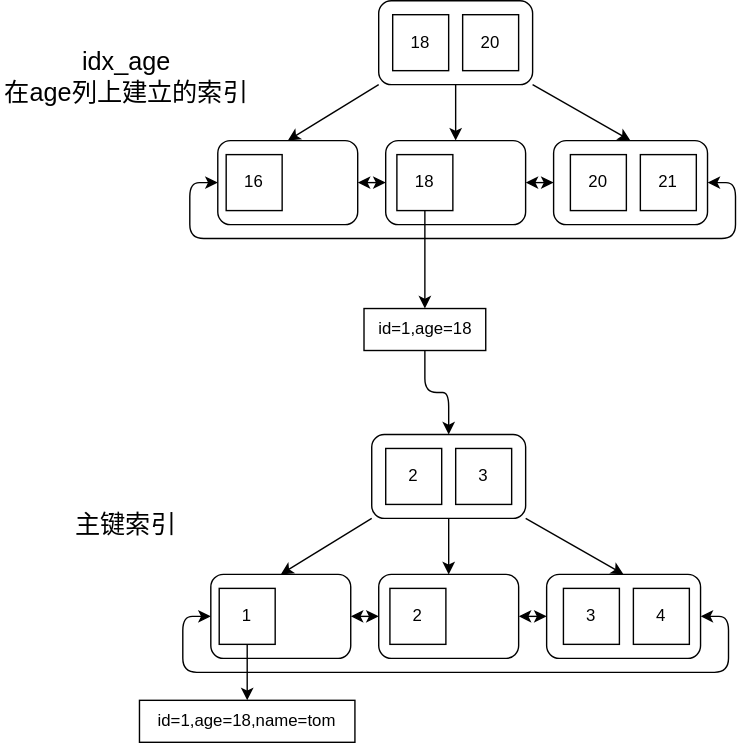
Above: docs/interview/images/mysql-back-table/back-table.drawio.svg in whlit/whlit.github.io (draw.io), before the change. Source tidied: cells renumbered, new cells last; positions are measured from the earlier drawing's top-left corner, leaving out a move shared by most shapes. Source of this version:
```xml
<mxGraphModel>
  <root>
    <mxCell id="0" />
    <mxCell id="1" parent="0" />
    <mxCell id="2" style="edgeStyle=none;html=1;entryX=0.5;entryY=0;entryDx=0;entryDy=0;" parent="1" edge="1" source="3" target="11">
      <mxGeometry relative="1" as="geometry" />
    </mxCell>
    <mxCell id="3" style="rounded=1;whiteSpace=wrap;html=1;" parent="1" vertex="1">
      <mxGeometry x="265" y="310" width="110" height="60" as="geometry" />
    </mxCell>
    <mxCell id="4" value="2" style="rounded=0;whiteSpace=wrap;html=1;" parent="1" vertex="1">
      <mxGeometry x="275" y="320" width="40" height="40" as="geometry" />
    </mxCell>
    <mxCell id="5" value="3" style="rounded=0;whiteSpace=wrap;html=1;" parent="1" vertex="1">
      <mxGeometry x="325" y="320" width="40" height="40" as="geometry" />
    </mxCell>
    <mxCell id="6" style="edgeStyle=orthogonalEdgeStyle;html=1;entryX=0;entryY=0.5;entryDx=0;entryDy=0;startArrow=classic;startFill=1;" parent="1" edge="1" source="7" target="14">
      <mxGeometry relative="1" as="geometry">
        <Array as="points">
          <mxPoint x="520" y="440" />
          <mxPoint x="520" y="480" />
          <mxPoint x="130" y="480" />
          <mxPoint x="130" y="440" />
        </Array>
      </mxGeometry>
    </mxCell>
    <mxCell id="7" style="rounded=1;whiteSpace=wrap;html=1;" parent="1" vertex="1">
      <mxGeometry x="390" y="410" width="110" height="60" as="geometry" />
    </mxCell>
    <mxCell id="8" value="3" style="rounded=0;whiteSpace=wrap;html=1;" parent="1" vertex="1">
      <mxGeometry x="402" y="420" width="40" height="40" as="geometry" />
    </mxCell>
    <mxCell id="9" value="4" style="rounded=0;whiteSpace=wrap;html=1;" parent="1" vertex="1">
      <mxGeometry x="452" y="420" width="40" height="40" as="geometry" />
    </mxCell>
    <mxCell id="10" style="edgeStyle=none;html=1;entryX=0;entryY=0.5;entryDx=0;entryDy=0;startArrow=classic;startFill=1;" parent="1" edge="1" source="11" target="7">
      <mxGeometry relative="1" as="geometry" />
    </mxCell>
    <mxCell id="11" style="rounded=1;whiteSpace=wrap;html=1;" parent="1" vertex="1">
      <mxGeometry x="270" y="410" width="100" height="60" as="geometry" />
    </mxCell>
    <mxCell id="12" value="2" style="rounded=0;whiteSpace=wrap;html=1;" parent="1" vertex="1">
      <mxGeometry x="278" y="420" width="40" height="40" as="geometry" />
    </mxCell>
    <mxCell id="13" style="edgeStyle=none;html=1;entryX=0;entryY=0.5;entryDx=0;entryDy=0;startArrow=classic;startFill=1;" parent="1" edge="1" source="14" target="11">
      <mxGeometry relative="1" as="geometry" />
    </mxCell>
    <mxCell id="14" style="rounded=1;whiteSpace=wrap;html=1;" parent="1" vertex="1">
      <mxGeometry x="150" y="410" width="100" height="60" as="geometry" />
    </mxCell>
    <mxCell id="15" style="edgeStyle=orthogonalEdgeStyle;html=1;fontSize=18;startArrow=none;startFill=0;" parent="1" edge="1" source="16" target="40">
      <mxGeometry relative="1" as="geometry" />
    </mxCell>
    <mxCell id="16" value="1" style="rounded=0;whiteSpace=wrap;html=1;" parent="1" vertex="1">
      <mxGeometry x="156" y="420" width="40" height="40" as="geometry" />
    </mxCell>
    <mxCell id="17" style="endArrow=classic;html=1;exitX=0;exitY=1;exitDx=0;exitDy=0;entryX=0.5;entryY=0;entryDx=0;entryDy=0;" parent="1" edge="1" source="3" target="14">
      <mxGeometry relative="1" as="geometry" />
    </mxCell>
    <mxCell id="18" style="endArrow=classic;html=1;exitX=1;exitY=1;exitDx=0;exitDy=0;entryX=0.5;entryY=0;entryDx=0;entryDy=0;" parent="1" edge="1" source="3" target="7">
      <mxGeometry relative="1" as="geometry" />
    </mxCell>
    <mxCell id="19" style="edgeStyle=none;html=1;entryX=0.5;entryY=0;entryDx=0;entryDy=0;" parent="1" edge="1" source="20" target="28">
      <mxGeometry relative="1" as="geometry" />
    </mxCell>
    <mxCell id="20" style="rounded=1;whiteSpace=wrap;html=1;" parent="1" vertex="1">
      <mxGeometry x="270" width="110" height="60" as="geometry" />
    </mxCell>
    <mxCell id="21" value="18" style="rounded=0;whiteSpace=wrap;html=1;" parent="1" vertex="1">
      <mxGeometry x="280" y="10" width="40" height="40" as="geometry" />
    </mxCell>
    <mxCell id="22" value="20" style="rounded=0;whiteSpace=wrap;html=1;" parent="1" vertex="1">
      <mxGeometry x="330" y="10" width="40" height="40" as="geometry" />
    </mxCell>
    <mxCell id="23" style="edgeStyle=orthogonalEdgeStyle;html=1;entryX=0;entryY=0.5;entryDx=0;entryDy=0;startArrow=classic;startFill=1;" parent="1" edge="1" source="24" target="32">
      <mxGeometry relative="1" as="geometry">
        <Array as="points">
          <mxPoint x="525" y="130" />
          <mxPoint x="525" y="170" />
          <mxPoint x="135" y="170" />
          <mxPoint x="135" y="130" />
        </Array>
      </mxGeometry>
    </mxCell>
    <mxCell id="24" style="rounded=1;whiteSpace=wrap;html=1;" parent="1" vertex="1">
      <mxGeometry x="395" y="100" width="110" height="60" as="geometry" />
    </mxCell>
    <mxCell id="25" value="20" style="rounded=0;whiteSpace=wrap;html=1;" parent="1" vertex="1">
      <mxGeometry x="407" y="110" width="40" height="40" as="geometry" />
    </mxCell>
    <mxCell id="26" value="21" style="rounded=0;whiteSpace=wrap;html=1;" parent="1" vertex="1">
      <mxGeometry x="457" y="110" width="40" height="40" as="geometry" />
    </mxCell>
    <mxCell id="27" style="edgeStyle=none;html=1;entryX=0;entryY=0.5;entryDx=0;entryDy=0;startArrow=classic;startFill=1;" parent="1" edge="1" source="28" target="24">
      <mxGeometry relative="1" as="geometry" />
    </mxCell>
    <mxCell id="28" style="rounded=1;whiteSpace=wrap;html=1;" parent="1" vertex="1">
      <mxGeometry x="275" y="100" width="100" height="60" as="geometry" />
    </mxCell>
    <mxCell id="29" style="edgeStyle=orthogonalEdgeStyle;html=1;startArrow=none;startFill=0;" parent="1" edge="1" source="30" target="37">
      <mxGeometry relative="1" as="geometry" />
    </mxCell>
    <mxCell id="30" value="18" style="rounded=0;whiteSpace=wrap;html=1;" parent="1" vertex="1">
      <mxGeometry x="283" y="110" width="40" height="40" as="geometry" />
    </mxCell>
    <mxCell id="31" style="edgeStyle=none;html=1;entryX=0;entryY=0.5;entryDx=0;entryDy=0;startArrow=classic;startFill=1;" parent="1" edge="1" source="32" target="28">
      <mxGeometry relative="1" as="geometry" />
    </mxCell>
    <mxCell id="32" style="rounded=1;whiteSpace=wrap;html=1;" parent="1" vertex="1">
      <mxGeometry x="155" y="100" width="100" height="60" as="geometry" />
    </mxCell>
    <mxCell id="33" value="16" style="rounded=0;whiteSpace=wrap;html=1;" parent="1" vertex="1">
      <mxGeometry x="161" y="110" width="40" height="40" as="geometry" />
    </mxCell>
    <mxCell id="34" style="endArrow=classic;html=1;exitX=0;exitY=1;exitDx=0;exitDy=0;entryX=0.5;entryY=0;entryDx=0;entryDy=0;" parent="1" edge="1" source="20" target="32">
      <mxGeometry relative="1" as="geometry" />
    </mxCell>
    <mxCell id="35" style="endArrow=classic;html=1;exitX=1;exitY=1;exitDx=0;exitDy=0;entryX=0.5;entryY=0;entryDx=0;entryDy=0;" parent="1" edge="1" source="20" target="24">
      <mxGeometry relative="1" as="geometry" />
    </mxCell>
    <mxCell id="36" style="edgeStyle=orthogonalEdgeStyle;html=1;entryX=0.5;entryY=0;entryDx=0;entryDy=0;startArrow=none;startFill=0;" parent="1" edge="1" source="37" target="3">
      <mxGeometry relative="1" as="geometry" />
    </mxCell>
    <mxCell id="37" value="id=1,age=18" style="whiteSpace=wrap;html=1;rounded=0;" parent="1" vertex="1">
      <mxGeometry x="259.5" y="220" width="87" height="30" as="geometry" />
    </mxCell>
    <mxCell id="38" value="idx_age&lt;br style=&quot;font-size: 18px;&quot;&gt;在age列上建立的索引" style="text;html=1;strokeColor=none;fillColor=none;align=center;verticalAlign=middle;whiteSpace=wrap;rounded=0;fontSize=18;" parent="1" vertex="1">
      <mxGeometry y="40" width="180" height="30" as="geometry" />
    </mxCell>
    <mxCell id="39" value="主键索引" style="text;html=1;strokeColor=none;fillColor=none;align=center;verticalAlign=middle;whiteSpace=wrap;rounded=0;fontSize=18;" parent="1" vertex="1">
      <mxGeometry x="52.5" y="360" width="75" height="30" as="geometry" />
    </mxCell>
    <mxCell id="40" value="id=1,age=18,name=tom" style="whiteSpace=wrap;html=1;rounded=0;" parent="1" vertex="1">
      <mxGeometry x="99" y="500" width="154" height="30" as="geometry" />
    </mxCell>
  </root>
</mxGraphModel>
```
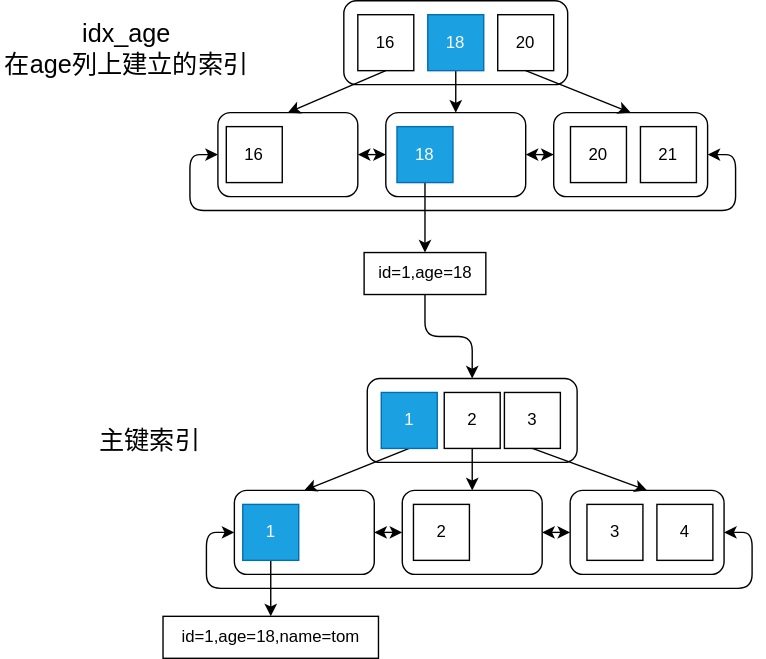
After the commit.

Change to the diagram source:
```diff
@@ -2,75 +2,75 @@
   <root>
     <mxCell id="0" />
     <mxCell id="1" parent="0" />
+    <mxCell id="3" style="rounded=1;whiteSpace=wrap;html=1;" parent="1" vertex="1">
+      <mxGeometry x="261.8" y="290" width="150" height="60" as="geometry" />
+    </mxCell>
-    <mxCell id="2" style="edgeStyle=none;html=1;entryX=0.5;entryY=0;entryDx=0;entryDy=0;" parent="1" edge="1" source="3" target="11">
+    <mxCell id="2" style="edgeStyle=none;html=1;entryX=0.5;entryY=0;entryDx=0;entryDy=0;exitX=0.5;exitY=1;exitDx=0;exitDy=0;" parent="1" edge="1" source="4" target="11">
       <mxGeometry relative="1" as="geometry" />
     </mxCell>
-    <mxCell id="3" style="rounded=1;whiteSpace=wrap;html=1;" parent="1" vertex="1">
-      <mxGeometry x="265" y="310" width="110" height="60" as="geometry" />
-    </mxCell>
     <mxCell id="4" value="2" style="rounded=0;whiteSpace=wrap;html=1;" parent="1" vertex="1">
-      <mxGeometry x="275" y="320" width="40" height="40" as="geometry" />
+      <mxGeometry x="316.8" y="300" width="40" height="40" as="geometry" />
     </mxCell>
     <mxCell id="5" value="3" style="rounded=0;whiteSpace=wrap;html=1;" parent="1" vertex="1">
-      <mxGeometry x="325" y="320" width="40" height="40" as="geometry" />
+      <mxGeometry x="359.8" y="300" width="40" height="40" as="geometry" />
     </mxCell>
     <mxCell id="6" style="edgeStyle=orthogonalEdgeStyle;html=1;entryX=0;entryY=0.5;entryDx=0;entryDy=0;startArrow=classic;startFill=1;" parent="1" edge="1" source="7" target="14">
       <mxGeometry relative="1" as="geometry">
         <Array as="points">
-          <mxPoint x="520" y="440" />
-          <mxPoint x="520" y="480" />
-          <mxPoint x="130" y="480" />
-          <mxPoint x="130" y="440" />
+          <mxPoint x="536.8" y="400" />
+          <mxPoint x="536.8" y="440" />
+          <mxPoint x="146.8" y="440" />
+          <mxPoint x="146.8" y="400" />
         </Array>
       </mxGeometry>
     </mxCell>
     <mxCell id="7" style="rounded=1;whiteSpace=wrap;html=1;" parent="1" vertex="1">
-      <mxGeometry x="390" y="410" width="110" height="60" as="geometry" />
+      <mxGeometry x="406.8" y="370" width="110" height="60" as="geometry" />
     </mxCell>
     <mxCell id="8" value="3" style="rounded=0;whiteSpace=wrap;html=1;" parent="1" vertex="1">
-      <mxGeometry x="402" y="420" width="40" height="40" as="geometry" />
+      <mxGeometry x="418.8" y="380" width="40" height="40" as="geometry" />
     </mxCell>
     <mxCell id="9" value="4" style="rounded=0;whiteSpace=wrap;html=1;" parent="1" vertex="1">
-      <mxGeometry x="452" y="420" width="40" height="40" as="geometry" />
+      <mxGeometry x="468.8" y="380" width="40" height="40" as="geometry" />
     </mxCell>
     <mxCell id="10" style="edgeStyle=none;html=1;entryX=0;entryY=0.5;entryDx=0;entryDy=0;startArrow=classic;startFill=1;" parent="1" edge="1" source="11" target="7">
       <mxGeometry relative="1" as="geometry" />
     </mxCell>
     <mxCell id="11" style="rounded=1;whiteSpace=wrap;html=1;" parent="1" vertex="1">
-      <mxGeometry x="270" y="410" width="100" height="60" as="geometry" />
+      <mxGeometry x="286.8" y="370" width="100" height="60" as="geometry" />
     </mxCell>
     <mxCell id="12" value="2" style="rounded=0;whiteSpace=wrap;html=1;" parent="1" vertex="1">
-      <mxGeometry x="278" y="420" width="40" height="40" as="geometry" />
+      <mxGeometry x="294.8" y="380" width="40" height="40" as="geometry" />
     </mxCell>
     <mxCell id="13" style="edgeStyle=none;html=1;entryX=0;entryY=0.5;entryDx=0;entryDy=0;startArrow=classic;startFill=1;" parent="1" edge="1" source="14" target="11">
       <mxGeometry relative="1" as="geometry" />
     </mxCell>
     <mxCell id="14" style="rounded=1;whiteSpace=wrap;html=1;" parent="1" vertex="1">
-      <mxGeometry x="150" y="410" width="100" height="60" as="geometry" />
+      <mxGeometry x="166.8" y="370" width="100" height="60" as="geometry" />
     </mxCell>
     <mxCell id="15" style="edgeStyle=orthogonalEdgeStyle;html=1;fontSize=18;startArrow=none;startFill=0;" parent="1" edge="1" source="16" target="40">
       <mxGeometry relative="1" as="geometry" />
     </mxCell>
-    <mxCell id="16" value="1" style="rounded=0;whiteSpace=wrap;html=1;" parent="1" vertex="1">
-      <mxGeometry x="156" y="420" width="40" height="40" as="geometry" />
+    <mxCell id="16" value="1" style="rounded=0;whiteSpace=wrap;html=1;fillColor=#1ba1e2;fontColor=#ffffff;strokeColor=#006EAF;" parent="1" vertex="1">
+      <mxGeometry x="172.8" y="380" width="40" height="40" as="geometry" />
     </mxCell>
-    <mxCell id="17" style="endArrow=classic;html=1;exitX=0;exitY=1;exitDx=0;exitDy=0;entryX=0.5;entryY=0;entryDx=0;entryDy=0;" parent="1" edge="1" source="3" target="14">
+    <mxCell id="17" style="endArrow=classic;html=1;exitX=0.5;exitY=1;exitDx=0;exitDy=0;entryX=0.5;entryY=0;entryDx=0;entryDy=0;" parent="1" edge="1" source="42" target="14">
       <mxGeometry relative="1" as="geometry" />
     </mxCell>
-    <mxCell id="18" style="endArrow=classic;html=1;exitX=1;exitY=1;exitDx=0;exitDy=0;entryX=0.5;entryY=0;entryDx=0;entryDy=0;" parent="1" edge="1" source="3" target="7">
+    <mxCell id="18" style="endArrow=classic;html=1;exitX=0.5;exitY=1;exitDx=0;exitDy=0;entryX=0.5;entryY=0;entryDx=0;entryDy=0;" parent="1" edge="1" source="5" target="7">
       <mxGeometry relative="1" as="geometry" />
     </mxCell>
+    <mxCell id="20" style="rounded=1;whiteSpace=wrap;html=1;" parent="1" vertex="1">
+      <mxGeometry x="245" y="20" width="160" height="60" as="geometry" />
+    </mxCell>
-    <mxCell id="19" style="edgeStyle=none;html=1;entryX=0.5;entryY=0;entryDx=0;entryDy=0;" parent="1" edge="1" source="20" target="28">
+    <mxCell id="19" style="edgeStyle=none;html=1;entryX=0.5;entryY=0;entryDx=0;entryDy=0;exitX=0.5;exitY=1;exitDx=0;exitDy=0;" parent="1" edge="1" source="21" target="28">
       <mxGeometry relative="1" as="geometry" />
     </mxCell>
-    <mxCell id="20" style="rounded=1;whiteSpace=wrap;html=1;" parent="1" vertex="1">
-      <mxGeometry x="270" width="110" height="60" as="geometry" />
-    </mxCell>
-    <mxCell id="21" value="18" style="rounded=0;whiteSpace=wrap;html=1;" parent="1" vertex="1">
-      <mxGeometry x="280" y="10" width="40" height="40" as="geometry" />
+    <mxCell id="21" value="18" style="rounded=0;whiteSpace=wrap;html=1;fillColor=#1ba1e2;fontColor=#ffffff;strokeColor=#006EAF;" parent="1" vertex="1">
+      <mxGeometry x="305" y="30" width="40" height="40" as="geometry" />
     </mxCell>
     <mxCell id="22" value="20" style="rounded=0;whiteSpace=wrap;html=1;" parent="1" vertex="1">
-      <mxGeometry x="330" y="10" width="40" height="40" as="geometry" />
+      <mxGeometry x="355" y="30" width="40" height="40" as="geometry" />
     </mxCell>
     <mxCell id="23" style="edgeStyle=orthogonalEdgeStyle;html=1;entryX=0;entryY=0.5;entryDx=0;entryDy=0;startArrow=classic;startFill=1;" parent="1" edge="1" source="24" target="32">
       <mxGeometry relative="1" as="geometry">
@@ -100,7 +100,7 @@
     <mxCell id="29" style="edgeStyle=orthogonalEdgeStyle;html=1;startArrow=none;startFill=0;" parent="1" edge="1" source="30" target="37">
       <mxGeometry relative="1" as="geometry" />
     </mxCell>
-    <mxCell id="30" value="18" style="rounded=0;whiteSpace=wrap;html=1;" parent="1" vertex="1">
+    <mxCell id="30" value="18" style="rounded=0;whiteSpace=wrap;html=1;fillColor=#1ba1e2;fontColor=#ffffff;strokeColor=#006EAF;" parent="1" vertex="1">
       <mxGeometry x="283" y="110" width="40" height="40" as="geometry" />
     </mxCell>
     <mxCell id="31" style="edgeStyle=none;html=1;entryX=0;entryY=0.5;entryDx=0;entryDy=0;startArrow=classic;startFill=1;" parent="1" edge="1" source="32" target="28">
@@ -112,26 +112,32 @@
     <mxCell id="33" value="16" style="rounded=0;whiteSpace=wrap;html=1;" parent="1" vertex="1">
       <mxGeometry x="161" y="110" width="40" height="40" as="geometry" />
     </mxCell>
-    <mxCell id="34" style="endArrow=classic;html=1;exitX=0;exitY=1;exitDx=0;exitDy=0;entryX=0.5;entryY=0;entryDx=0;entryDy=0;" parent="1" edge="1" source="20" target="32">
+    <mxCell id="34" style="endArrow=classic;html=1;exitX=0.5;exitY=1;exitDx=0;exitDy=0;entryX=0.5;entryY=0;entryDx=0;entryDy=0;" parent="1" edge="1" source="41" target="32">
       <mxGeometry relative="1" as="geometry" />
     </mxCell>
-    <mxCell id="35" style="endArrow=classic;html=1;exitX=1;exitY=1;exitDx=0;exitDy=0;entryX=0.5;entryY=0;entryDx=0;entryDy=0;" parent="1" edge="1" source="20" target="24">
+    <mxCell id="35" style="endArrow=classic;html=1;exitX=0.5;exitY=1;exitDx=0;exitDy=0;entryX=0.5;entryY=0;entryDx=0;entryDy=0;" parent="1" edge="1" source="22" target="24">
       <mxGeometry relative="1" as="geometry" />
     </mxCell>
     <mxCell id="36" style="edgeStyle=orthogonalEdgeStyle;html=1;entryX=0.5;entryY=0;entryDx=0;entryDy=0;startArrow=none;startFill=0;" parent="1" edge="1" source="37" target="3">
       <mxGeometry relative="1" as="geometry" />
     </mxCell>
     <mxCell id="37" value="id=1,age=18" style="whiteSpace=wrap;html=1;rounded=0;" parent="1" vertex="1">
-      <mxGeometry x="259.5" y="220" width="87" height="30" as="geometry" />
+      <mxGeometry x="259.5" y="200" width="87" height="30" as="geometry" />
     </mxCell>
     <mxCell id="38" value="idx_age&lt;br style=&quot;font-size: 18px;&quot;&gt;在age列上建立的索引" style="text;html=1;strokeColor=none;fillColor=none;align=center;verticalAlign=middle;whiteSpace=wrap;rounded=0;fontSize=18;" parent="1" vertex="1">
       <mxGeometry y="40" width="180" height="30" as="geometry" />
     </mxCell>
     <mxCell id="39" value="主键索引" style="text;html=1;strokeColor=none;fillColor=none;align=center;verticalAlign=middle;whiteSpace=wrap;rounded=0;fontSize=18;" parent="1" vertex="1">
-      <mxGeometry x="52.5" y="360" width="75" height="30" as="geometry" />
+      <mxGeometry x="69.2" y="320" width="75" height="30" as="geometry" />
     </mxCell>
     <mxCell id="40" value="id=1,age=18,name=tom" style="whiteSpace=wrap;html=1;rounded=0;" parent="1" vertex="1">
-      <mxGeometry x="99" y="500" width="154" height="30" as="geometry" />
+      <mxGeometry x="115.8" y="460" width="154" height="30" as="geometry" />
     </mxCell>
+    <mxCell id="41" value="16" style="rounded=0;whiteSpace=wrap;html=1;" parent="1" vertex="1">
+      <mxGeometry x="255" y="30" width="40" height="40" as="geometry" />
+    </mxCell>
+    <mxCell id="42" value="1" style="rounded=0;whiteSpace=wrap;html=1;fillColor=#1ba1e2;fontColor=#ffffff;strokeColor=#006EAF;" parent="1" vertex="1">
+      <mxGeometry x="271.8" y="300" width="40" height="40" as="geometry" />
+    </mxCell>
   </root>
 </mxGraphModel>
```
